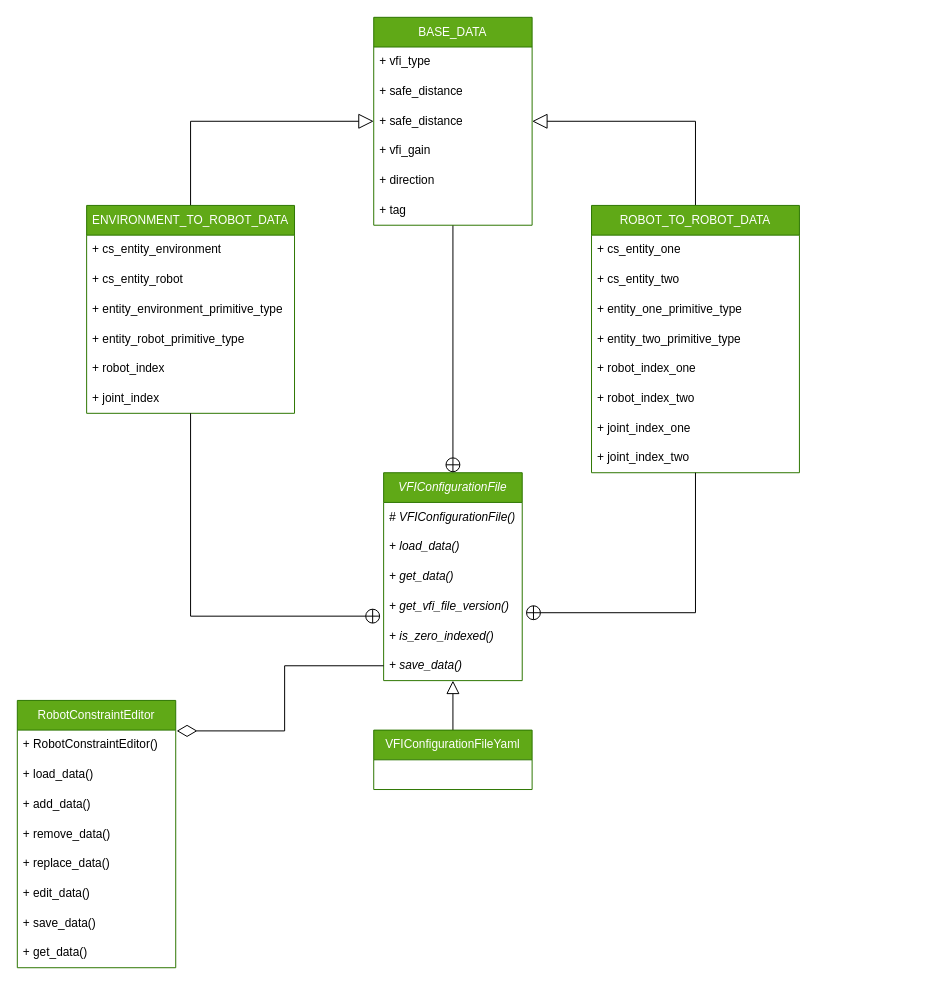
Above: design/UML/classes.drawio in ElliotWinterbottom/robot_constraint_editor (draw.io), before the change. Source tidied: cells renumbered, new cells numbered last; positions are measured from the earlier drawing's top-left corner, leaving out a move shared by most shapes. Both pictures are drawn from the tidied source at 99%, with x=0, y=0 at pixel (17, 17).
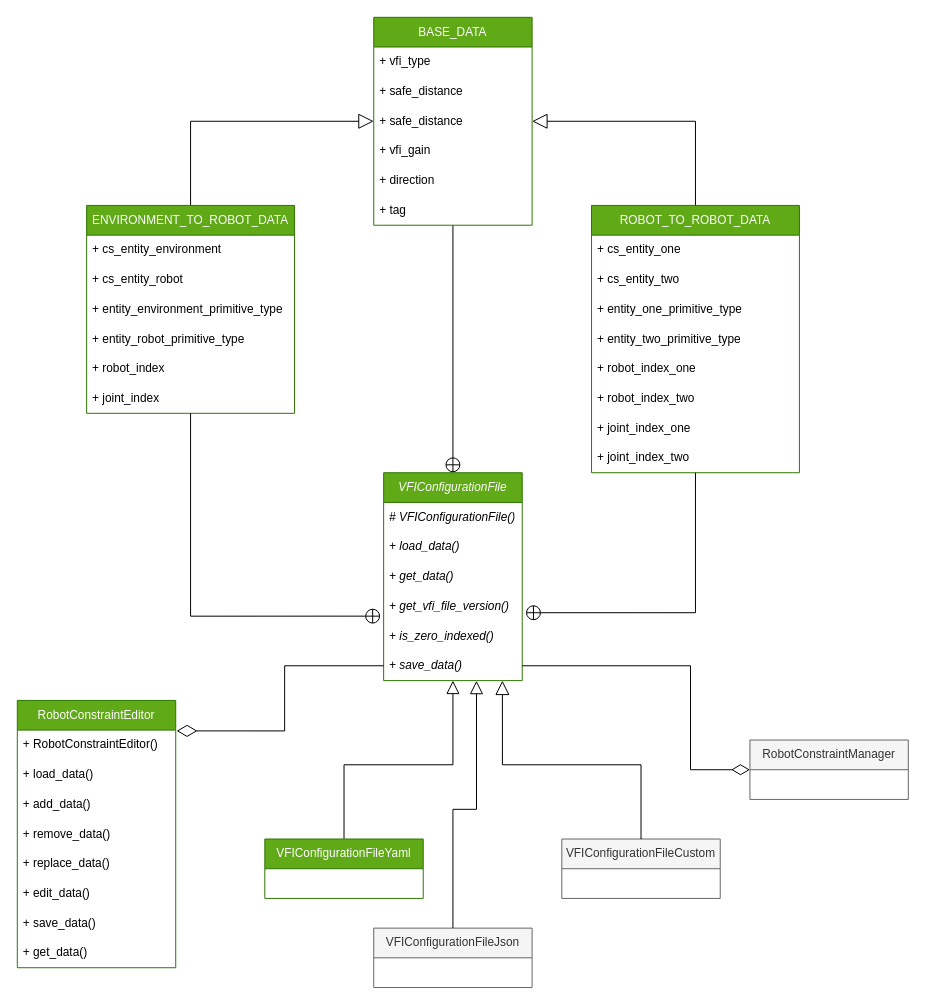
After the change.

Commit message (it also covers changes not shown here):
Added a PNG image of the UML design

Unchanged cells that the change refers to:
```xml
<mxCell id="8" value="+ save_data()" style="text;strokeColor=none;fillColor=none;align=left;verticalAlign=middle;spacingLeft=4;spacingRight=4;overflow=hidden;points=[[0,0.5],[1,0.5]];portConstraint=eastwest;whiteSpace=wrap;html=1;fontStyle=2;" parent="2" vertex="1">
  <mxGeometry y="180" width="140" height="30" as="geometry" />
</mxCell>
```

Diff of the diagram source:
```diff
@@
     <mxCell id="38" value="VFIConfigurationFileYaml" style="swimlane;fontStyle=0;horizontal=1;startSize=30;whiteSpace=wrap;html=1;fillColor=#60a917;fontColor=#ffffff;strokeColor=#2D7600;" parent="1" vertex="1">
-      <mxGeometry x="360" y="720" width="160" height="60" as="geometry" />
+      <mxGeometry x="250" y="830" width="160" height="60" as="geometry" />
     </mxCell>
@@
+    <mxCell id="49" value="RobotConstraintManager" style="swimlane;fontStyle=0;horizontal=1;startSize=30;whiteSpace=wrap;html=1;fillColor=#f5f5f5;fontColor=#333333;strokeColor=#666666;" parent="1" vertex="1">
+      <mxGeometry x="740" y="730" width="160" height="60" as="geometry" />
+    </mxCell>
+    <mxCell id="50" style="edgeStyle=orthogonalEdgeStyle;rounded=0;jettySize=auto;html=1;exitX=1;exitY=0.5;exitDx=0;exitDy=0;entryX=0;entryY=0.5;entryDx=0;entryDy=0;endArrow=diamondThin;endFill=0;endSize=16;" parent="1" edge="1" source="8" target="49">
+      <mxGeometry relative="1" as="geometry">
+        <Array as="points">
+          <mxPoint x="680" y="655" />
+          <mxPoint x="680" y="760" />
+        </Array>
+      </mxGeometry>
+    </mxCell>
+    <mxCell id="51" value="VFIConfigurationFileJson" style="swimlane;fontStyle=0;horizontal=1;startSize=30;whiteSpace=wrap;html=1;fillColor=#f5f5f5;fontColor=#333333;strokeColor=#666666;" parent="1" vertex="1">
+      <mxGeometry x="360" y="920" width="160" height="60" as="geometry" />
+    </mxCell>
+    <mxCell id="52" style="edgeStyle=orthogonalEdgeStyle;rounded=0;jettySize=auto;html=1;entryX=0.67;entryY=1.005;entryDx=0;entryDy=0;entryPerimeter=0;endArrow=block;endFill=0;endSize=11;" parent="1" edge="1" source="51" target="8">
+      <mxGeometry relative="1" as="geometry" />
+    </mxCell>
+    <mxCell id="53" value="VFIConfigurationFileCustom" style="swimlane;fontStyle=0;horizontal=1;startSize=30;whiteSpace=wrap;html=1;fillColor=#f5f5f5;fontColor=#333333;strokeColor=#666666;" parent="1" vertex="1">
+      <mxGeometry x="550" y="830" width="160" height="60" as="geometry" />
+    </mxCell>
+    <mxCell id="54" style="edgeStyle=orthogonalEdgeStyle;rounded=0;jettySize=auto;html=1;entryX=0.857;entryY=1;entryDx=0;entryDy=0;entryPerimeter=0;endArrow=block;endFill=0;endSize=12;" parent="1" edge="1" source="53" target="8">
+      <mxGeometry relative="1" as="geometry" />
+    </mxCell>
```
